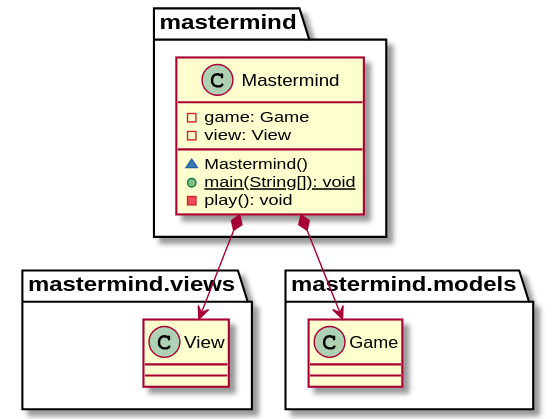
mahuerta/MasterMind keeps this PlantUML diagram as docs/images/mastermindPackage.svg. Above is the earlier version. The source it was exported from:
```plantuml
@startuml
class  mastermind.Mastermind{
- game: Game
- view: View
~  Mastermind()
+ {static} main(String[]): void
- play(): void
}
mastermind.Mastermind *-down-> mastermind.views.View
mastermind.Mastermind *-down-> mastermind.models.Game
@enduml
```
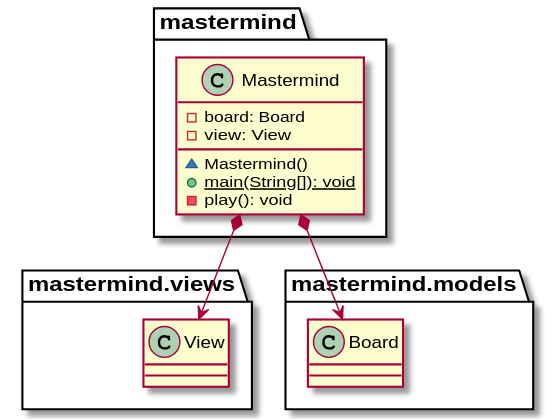
The same file after the commit.

Commit message:
Cambio en los diagramas tras borrar Game por ser perezosa

What changed in the source:
```diff
@@ -1,11 +1,11 @@
 @startuml
 class  mastermind.Mastermind{
-- game: Game
+- board: Board
 - view: View
 ~  Mastermind()
 + {static} main(String[]): void
 - play(): void
 }
 mastermind.Mastermind *-down-> mastermind.views.View
-mastermind.Mastermind *-down-> mastermind.models.Game
+mastermind.Mastermind *-down-> mastermind.models.Board
 @enduml
```
